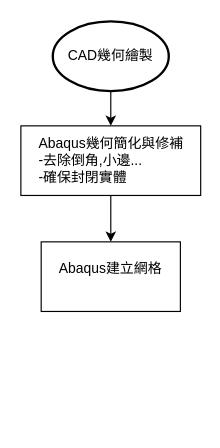
Before: Moldex3D_abaqus.drawio in TerryChan726/draw_io, a draw.io diagram. Source tidied: cells renumbered, new cells numbered last; positions are measured from the earlier drawing's top-left corner, leaving out a move shared by most shapes. Both pictures are drawn from the tidied source at 116%, with x=0, y=0 at pixel (20, 21).
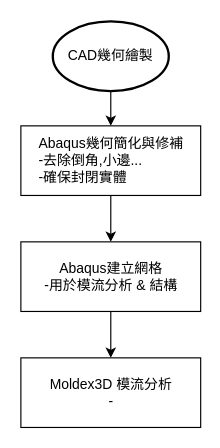
The same page after the edit.

What changed in the source:
```diff
@@
 <mxGraphModel>
   <root>
     <mxCell id="0" />
     <mxCell id="1" parent="0" />
     <mxCell id="2" style="edgeStyle=orthogonalEdgeStyle;rounded=0;jettySize=auto;html=1;" parent="1" edge="1" source="3" target="6">
       <mxGeometry relative="1" as="geometry" />
     </mxCell>
     <mxCell id="3" value="Abaqus幾何簡化與修補&lt;div&gt;&lt;div style=&quot;text-align: left;&quot;&gt;&lt;span style=&quot;background-color: transparent; color: light-dark(rgb(0, 0, 0), rgb(255, 255, 255));&quot;&gt;-去除倒角,小邊...&lt;/span&gt;&lt;/div&gt;&lt;/div&gt;&lt;div style=&quot;text-align: left;&quot;&gt;&lt;span style=&quot;background-color: transparent; color: light-dark(rgb(0, 0, 0), rgb(255, 255, 255));&quot;&gt;-確保封閉實體&lt;/span&gt;&lt;/div&gt;" style="rounded=0;whiteSpace=wrap;html=1;" parent="1" vertex="1">
       <mxGeometry x="0.5" y="90" width="155" height="60" as="geometry" />
     </mxCell>
     <mxCell id="4" style="edgeStyle=orthogonalEdgeStyle;rounded=0;jettySize=auto;html=1;" parent="1" edge="1" source="5" target="3">
       <mxGeometry relative="1" as="geometry" />
     </mxCell>
     <mxCell id="5" value="CAD幾何繪製" style="strokeWidth=2;html=1;shape=mxgraph.flowchart.start_1;whiteSpace=wrap;" parent="1" vertex="1">
       <mxGeometry x="28" width="100" height="60" as="geometry" />
     </mxCell>
+    <mxCell id="7" style="edgeStyle=orthogonalEdgeStyle;rounded=0;jettySize=auto;html=1;" parent="1" edge="1" source="6" target="8">
+      <mxGeometry relative="1" as="geometry" />
+    </mxCell>
-    <mxCell id="6" value="Abaqus建立網格&lt;div&gt;&lt;br&gt;&lt;/div&gt;" style="rounded=0;whiteSpace=wrap;html=1;" parent="1" vertex="1">
-      <mxGeometry x="18" y="190" width="120" height="60" as="geometry" />
+    <mxCell id="6" value="Abaqus建立網格&lt;div&gt;&lt;div style=&quot;text-align: left;&quot;&gt;&lt;span style=&quot;background-color: transparent; color: light-dark(rgb(0, 0, 0), rgb(255, 255, 255));&quot;&gt;-用於模流分析 &amp;amp; 結構&lt;/span&gt;&lt;/div&gt;&lt;/div&gt;" style="rounded=0;whiteSpace=wrap;html=1;" parent="1" vertex="1">
+      <mxGeometry x="0.5" y="190" width="155" height="60" as="geometry" />
     </mxCell>
+    <mxCell id="8" value="Moldex3D 模流分析&lt;div&gt;-&lt;/div&gt;" style="rounded=0;whiteSpace=wrap;html=1;align=center;" parent="1" vertex="1">
+      <mxGeometry x="0.5" y="290" width="155" height="60" as="geometry" />
+    </mxCell>
   </root>
 </mxGraphModel>
```
